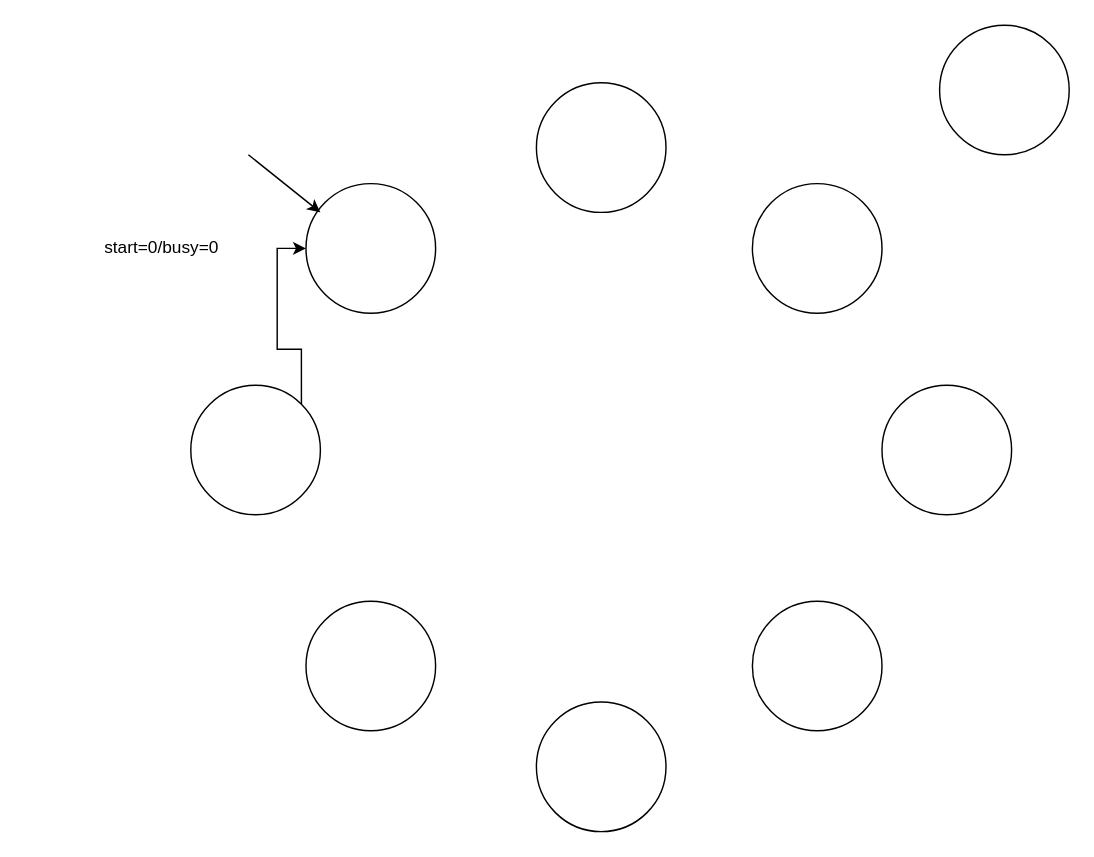
Earlier version of the draw.io diagram Untitled Diagram.drawio (lioriky6/lioriky6). Source tidied: cells renumbered, new cells numbered last; positions are measured from the earlier drawing's top-left corner, leaving out a move shared by most shapes. Both pictures are drawn from the tidied source at 144%, with x=0, y=0 at pixel (118, 24).
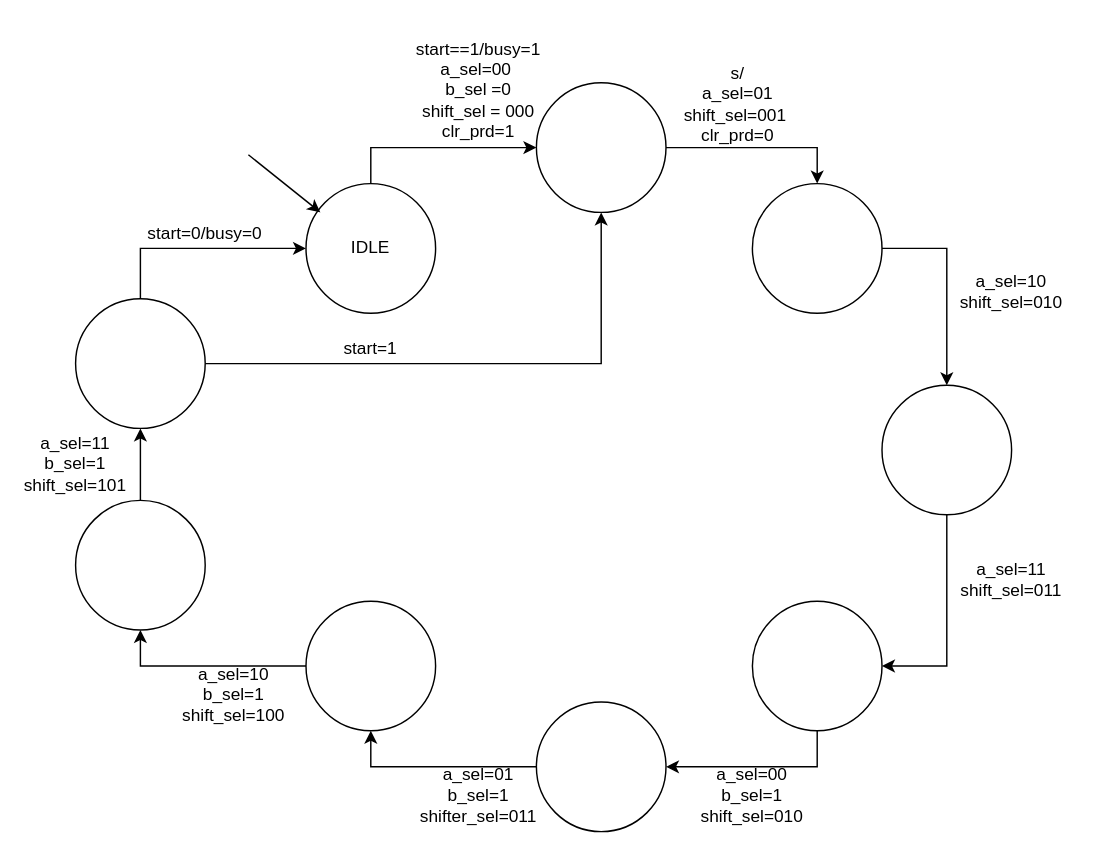
After the change.

Unchanged cells that the change refers to:
```xml
<mxCell id="3" style="ellipse;whiteSpace=wrap;html=1;" parent="1" vertex="1">
  <mxGeometry x="290" y="40" width="90" height="90" as="geometry" />
</mxCell>
<mxCell id="4" style="ellipse;whiteSpace=wrap;html=1;" parent="1" vertex="1">
  <mxGeometry x="440" y="110" width="90" height="90" as="geometry" />
</mxCell>
<mxCell id="5" style="ellipse;whiteSpace=wrap;html=1;" parent="1" vertex="1">
  <mxGeometry x="130" y="400" width="90" height="90" as="geometry" />
</mxCell>
<mxCell id="6" style="ellipse;whiteSpace=wrap;html=1;" parent="1" vertex="1">
  <mxGeometry x="290" y="470" width="90" height="90" as="geometry" />
</mxCell>
<mxCell id="7" style="ellipse;whiteSpace=wrap;html=1;" parent="1" vertex="1">
  <mxGeometry x="440" y="400" width="90" height="90" as="geometry" />
</mxCell>
<mxCell id="11" style="ellipse;whiteSpace=wrap;html=1;" parent="1" vertex="1">
  <mxGeometry x="530" y="250" width="90" height="90" as="geometry" />
</mxCell>
```

Change to the diagram source:
```diff
@@
+    <mxCell id="14" style="edgeStyle=orthogonalEdgeStyle;rounded=0;jettySize=auto;html=1;exitX=0.5;exitY=0;exitDx=0;exitDy=0;entryX=0;entryY=0.5;entryDx=0;entryDy=0;" parent="1" edge="1" source="2" target="3">
+      <mxGeometry relative="1" as="geometry" />
+    </mxCell>
-    <mxCell id="2" style="ellipse;whiteSpace=wrap;html=1;" parent="1" vertex="1">
+    <mxCell id="2" value="IDLE" style="ellipse;whiteSpace=wrap;html=1;" parent="1" vertex="1">
       <mxGeometry x="130" y="110" width="90" height="90" as="geometry" />
     </mxCell>
+    <mxCell id="15" style="edgeStyle=orthogonalEdgeStyle;rounded=0;jettySize=auto;html=1;exitX=1;exitY=0.5;exitDx=0;exitDy=0;entryX=0.5;entryY=0;entryDx=0;entryDy=0;" parent="1" edge="1" source="3" target="4">
+      <mxGeometry relative="1" as="geometry" />
+    </mxCell>
@@
+    <mxCell id="16" style="edgeStyle=orthogonalEdgeStyle;rounded=0;jettySize=auto;html=1;exitX=1;exitY=0.5;exitDx=0;exitDy=0;entryX=0.5;entryY=0;entryDx=0;entryDy=0;" parent="1" edge="1" source="4" target="11">
+      <mxGeometry relative="1" as="geometry" />
+    </mxCell>
@@
+    <mxCell id="17" style="edgeStyle=orthogonalEdgeStyle;rounded=0;jettySize=auto;html=1;exitX=0;exitY=0.5;exitDx=0;exitDy=0;entryX=0.5;entryY=1;entryDx=0;entryDy=0;" parent="1" edge="1" source="5" target="10">
+      <mxGeometry relative="1" as="geometry" />
+    </mxCell>
@@
+    <mxCell id="18" style="edgeStyle=orthogonalEdgeStyle;rounded=0;jettySize=auto;html=1;exitX=0;exitY=0.5;exitDx=0;exitDy=0;entryX=0.5;entryY=1;entryDx=0;entryDy=0;" parent="1" edge="1" source="6" target="5">
+      <mxGeometry relative="1" as="geometry" />
+    </mxCell>
@@
+    <mxCell id="19" style="edgeStyle=orthogonalEdgeStyle;rounded=0;jettySize=auto;html=1;exitX=0.5;exitY=1;exitDx=0;exitDy=0;entryX=1;entryY=0.5;entryDx=0;entryDy=0;" parent="1" edge="1" source="7" target="6">
+      <mxGeometry relative="1" as="geometry" />
+    </mxCell>
@@
-    <mxCell id="8" style="edgeStyle=orthogonalEdgeStyle;rounded=0;jettySize=auto;html=1;exitX=1;exitY=0;exitDx=0;exitDy=0;entryX=0;entryY=0.5;entryDx=0;entryDy=0;" parent="1" edge="1" source="9" target="2">
+    <mxCell id="8" style="edgeStyle=orthogonalEdgeStyle;rounded=0;jettySize=auto;html=1;exitX=0.5;exitY=0;exitDx=0;exitDy=0;entryX=0;entryY=0.5;entryDx=0;entryDy=0;" parent="1" edge="1" source="9" target="2">
       <mxGeometry relative="1" as="geometry" />
     </mxCell>
+    <mxCell id="20" style="edgeStyle=orthogonalEdgeStyle;rounded=0;jettySize=auto;html=1;exitX=1;exitY=0.5;exitDx=0;exitDy=0;entryX=0.5;entryY=1;entryDx=0;entryDy=0;" parent="1" edge="1" source="9" target="3">
+      <mxGeometry relative="1" as="geometry" />
+    </mxCell>
     <mxCell id="9" style="ellipse;whiteSpace=wrap;html=1;" parent="1" vertex="1">
-      <mxGeometry x="50" y="250" width="90" height="90" as="geometry" />
+      <mxGeometry x="-30" y="190" width="90" height="90" as="geometry" />
     </mxCell>
+    <mxCell id="21" style="edgeStyle=orthogonalEdgeStyle;rounded=0;jettySize=auto;html=1;exitX=0.5;exitY=0;exitDx=0;exitDy=0;entryX=0.5;entryY=1;entryDx=0;entryDy=0;" parent="1" edge="1" source="10" target="9">
+      <mxGeometry relative="1" as="geometry" />
+    </mxCell>
     <mxCell id="10" style="ellipse;whiteSpace=wrap;html=1;" parent="1" vertex="1">
-      <mxGeometry x="570" width="90" height="90" as="geometry" />
+      <mxGeometry x="-30" y="330" width="90" height="90" as="geometry" />
     </mxCell>
+    <mxCell id="22" style="edgeStyle=orthogonalEdgeStyle;rounded=0;jettySize=auto;html=1;exitX=0.5;exitY=1;exitDx=0;exitDy=0;entryX=1;entryY=0.5;entryDx=0;entryDy=0;" parent="1" edge="1" source="11" target="7">
+      <mxGeometry relative="1" as="geometry" />
+    </mxCell>
@@
     <mxCell id="13" value="start=0/busy=0" style="text;html=1;align=center;verticalAlign=middle;whiteSpace=wrap;rounded=0;" parent="1" vertex="1">
-      <mxGeometry y="140" width="60" height="30" as="geometry" />
+      <mxGeometry x="30" y="130" width="60" height="30" as="geometry" />
     </mxCell>
+    <mxCell id="23" value="start==1/busy=1&lt;div&gt;a_sel=00&amp;nbsp;&lt;/div&gt;&lt;div&gt;&lt;span style=&quot;background-color: transparent; color: light-dark(rgb(0, 0, 0), rgb(255, 255, 255));&quot;&gt;b_sel =0&lt;/span&gt;&lt;/div&gt;&lt;div&gt;shift_sel = 000&lt;/div&gt;&lt;div&gt;clr_prd=1&lt;/div&gt;" style="text;html=1;align=center;verticalAlign=middle;whiteSpace=wrap;rounded=0;" parent="1" vertex="1">
+      <mxGeometry x="195" y="30" width="110" height="30" as="geometry" />
+    </mxCell>
+    <mxCell id="24" value="&lt;div&gt;s/&lt;/div&gt;&lt;div&gt;a_sel=01&lt;/div&gt;&lt;div&gt;shift_sel=001&amp;nbsp;&lt;/div&gt;&lt;div&gt;clr_prd=0&lt;/div&gt;" style="text;html=1;align=center;verticalAlign=middle;whiteSpace=wrap;rounded=0;" parent="1" vertex="1">
+      <mxGeometry x="400" y="40" width="60" height="30" as="geometry" />
+    </mxCell>
+    <mxCell id="25" value="&lt;div&gt;a_sel=10&lt;/div&gt;&lt;div&gt;shift_sel=010&lt;/div&gt;" style="text;html=1;align=center;verticalAlign=middle;whiteSpace=wrap;rounded=0;" parent="1" vertex="1">
+      <mxGeometry x="590" y="170" width="60" height="30" as="geometry" />
+    </mxCell>
+    <mxCell id="26" value="&lt;div&gt;a_sel=11&lt;/div&gt;&lt;div&gt;shift_sel=011&lt;/div&gt;" style="text;html=1;align=center;verticalAlign=middle;whiteSpace=wrap;rounded=0;" parent="1" vertex="1">
+      <mxGeometry x="590" y="370" width="60" height="30" as="geometry" />
+    </mxCell>
+    <mxCell id="27" value="&lt;div&gt;a_sel=00&lt;/div&gt;&lt;div&gt;b_sel=1&lt;/div&gt;&lt;div&gt;shift_sel=010&lt;/div&gt;" style="text;html=1;align=center;verticalAlign=middle;whiteSpace=wrap;rounded=0;" parent="1" vertex="1">
+      <mxGeometry x="410" y="520" width="60" height="30" as="geometry" />
+    </mxCell>
+    <mxCell id="28" value="&lt;div&gt;a_sel=01&lt;/div&gt;&lt;div&gt;b_sel=1&lt;/div&gt;&lt;div&gt;shifter_sel=011&lt;/div&gt;" style="text;html=1;align=center;verticalAlign=middle;whiteSpace=wrap;rounded=0;" parent="1" vertex="1">
+      <mxGeometry x="220" y="520" width="60" height="30" as="geometry" />
+    </mxCell>
+    <mxCell id="29" value="&lt;div&gt;a_sel=10&lt;/div&gt;&lt;div&gt;b_sel=1&lt;/div&gt;&lt;div&gt;shift_sel=100&lt;/div&gt;" style="text;html=1;align=center;verticalAlign=middle;whiteSpace=wrap;rounded=0;" parent="1" vertex="1">
+      <mxGeometry x="50" y="450" width="60" height="30" as="geometry" />
+    </mxCell>
+    <mxCell id="30" value="&lt;div&gt;a_sel=11&lt;/div&gt;&lt;div&gt;b_sel=1&lt;/div&gt;&lt;div&gt;shift_sel=101&lt;/div&gt;" style="text;html=1;align=center;verticalAlign=middle;whiteSpace=wrap;rounded=0;" parent="1" vertex="1">
+      <mxGeometry x="-60" y="290" width="60" height="30" as="geometry" />
+    </mxCell>
+    <mxCell id="31" value="start=1" style="text;html=1;align=center;verticalAlign=middle;whiteSpace=wrap;rounded=0;" parent="1" vertex="1">
+      <mxGeometry x="145" y="210" width="60" height="30" as="geometry" />
+    </mxCell>
```
